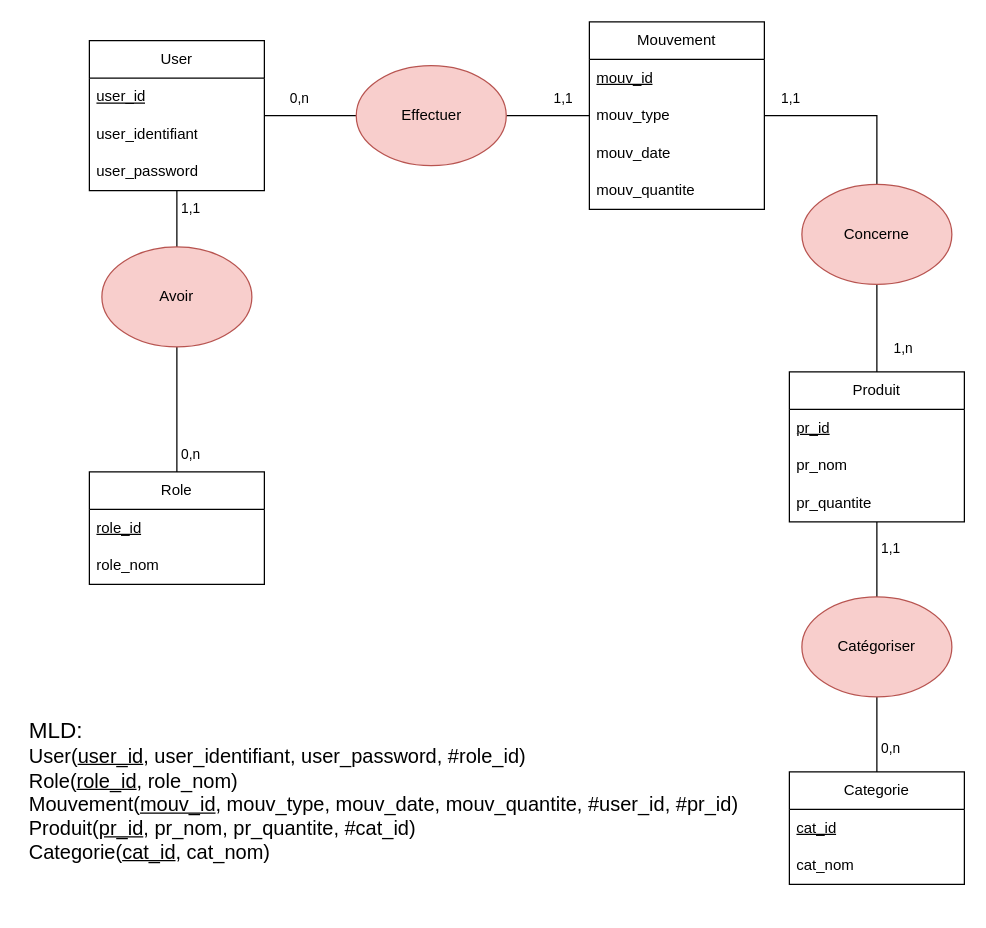
The draw.io diagram MCD.drawio in Mzk-Ali/M2I_ECF2, before the edit. Source tidied: cells renumbered, new cells numbered last; positions are measured from the earlier drawing's top-left corner, leaving out a move shared by most shapes. Both pictures are drawn from the tidied source at 125%, with x=0, y=0 at pixel (26, 21).
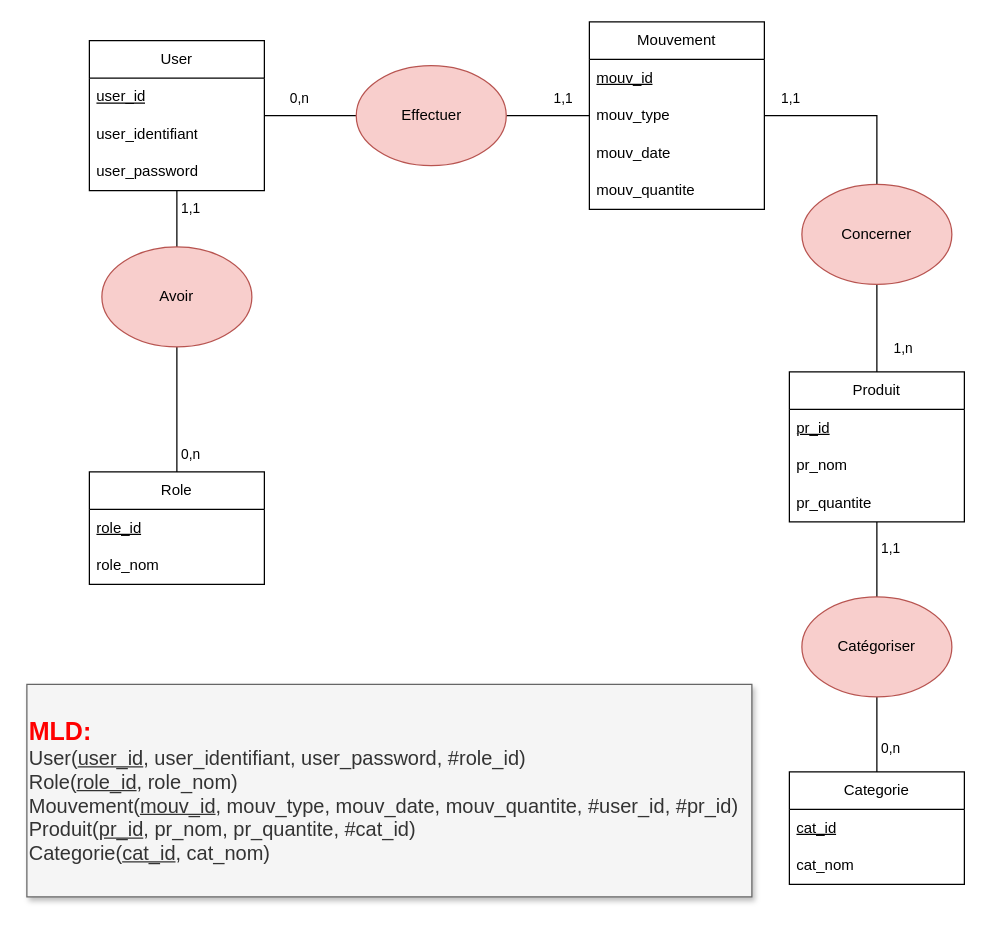
Above is the later version.

Commit message:
Mettre à jour MCD.drawio

The edit, as a diff of the source:
```diff
@@
-    <mxCell id="39" value="Concerne" style="ellipse;whiteSpace=wrap;html=1;fillColor=#f8cecc;strokeColor=#b85450;" parent="1" vertex="1">
+    <mxCell id="39" value="Concerner" style="ellipse;whiteSpace=wrap;html=1;fillColor=#f8cecc;strokeColor=#b85450;" parent="1" vertex="1">
       <mxGeometry x="620" y="130" width="120" height="80" as="geometry" />
     </mxCell>
@@
-    <mxCell id="41" value="&lt;font style=&quot;font-size: 18px;&quot;&gt;MLD:&lt;/font&gt;&lt;div&gt;&lt;font style=&quot;font-size: 16px;&quot;&gt;User(&lt;u&gt;user_id&lt;/u&gt;, user_identifiant, user_password, #role_id)&lt;/font&gt;&lt;/div&gt;&lt;div&gt;&lt;font style=&quot;font-size: 16px;&quot;&gt;Role(&lt;u&gt;role_id&lt;/u&gt;, role_nom)&lt;/font&gt;&lt;/div&gt;&lt;div&gt;&lt;font style=&quot;font-size: 16px;&quot;&gt;Mouvement(&lt;u&gt;mouv_id&lt;/u&gt;, mouv_type, mouv_date, mouv_quantite, #user_id, #pr_id)&lt;/font&gt;&lt;/div&gt;&lt;div&gt;&lt;font style=&quot;font-size: 16px;&quot;&gt;Produit(&lt;u&gt;pr_id&lt;/u&gt;, pr_nom, pr_quantite, #cat_id)&lt;/font&gt;&lt;/div&gt;&lt;div&gt;&lt;font style=&quot;font-size: 16px;&quot;&gt;Categorie(&lt;u style=&quot;&quot;&gt;cat_id&lt;/u&gt;, cat_nom)&lt;/font&gt;&lt;/div&gt;" style="text;html=1;align=left;verticalAlign=middle;whiteSpace=wrap;rounded=0;" parent="1" vertex="1">
+    <mxCell id="41" value="&lt;font style=&quot;font-size: 20px; color: light-dark(rgb(255, 0, 0), rgb(237, 237, 237));&quot;&gt;&lt;b&gt;MLD:&lt;/b&gt;&lt;/font&gt;&lt;div&gt;&lt;font style=&quot;font-size: 16px;&quot;&gt;User(&lt;u&gt;user_id&lt;/u&gt;, user_identifiant, user_password, #role_id)&lt;/font&gt;&lt;/div&gt;&lt;div&gt;&lt;font style=&quot;font-size: 16px;&quot;&gt;Role(&lt;u&gt;role_id&lt;/u&gt;, role_nom)&lt;/font&gt;&lt;/div&gt;&lt;div&gt;&lt;font style=&quot;font-size: 16px;&quot;&gt;Mouvement(&lt;u&gt;mouv_id&lt;/u&gt;, mouv_type, mouv_date, mouv_quantite, #user_id, #pr_id)&lt;/font&gt;&lt;/div&gt;&lt;div&gt;&lt;font style=&quot;font-size: 16px;&quot;&gt;Produit(&lt;u&gt;pr_id&lt;/u&gt;, pr_nom, pr_quantite, #cat_id)&lt;/font&gt;&lt;/div&gt;&lt;div&gt;&lt;font style=&quot;font-size: 16px;&quot;&gt;Categorie(&lt;u style=&quot;&quot;&gt;cat_id&lt;/u&gt;, cat_nom)&lt;/font&gt;&lt;/div&gt;" style="text;html=1;align=left;verticalAlign=middle;whiteSpace=wrap;rounded=0;fillColor=#f5f5f5;fontColor=#333333;strokeColor=#666666;shadow=1;" parent="1" vertex="1">
       <mxGeometry y="530" width="580" height="170" as="geometry" />
     </mxCell>
```
